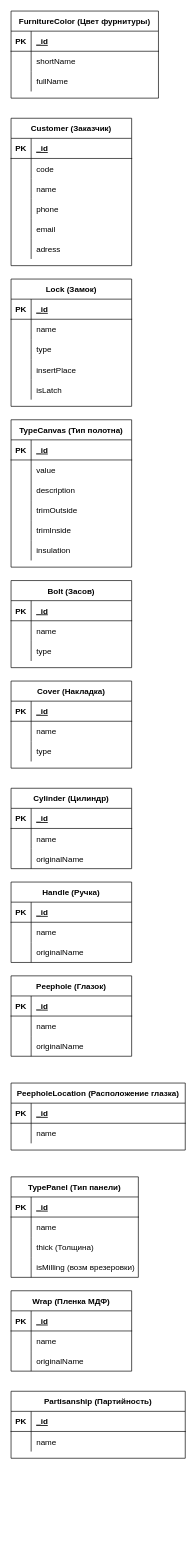
Above: schema.drawio in ProSysYo/bunker (draw.io), before the change. Source tidied: cells renumbered, new cells numbered last; positions are measured from the earlier drawing's top-left corner, leaving out a move shared by most shapes. Both pictures are drawn from the tidied source at 67%, with x=0, y=0 at pixel (11, 11).
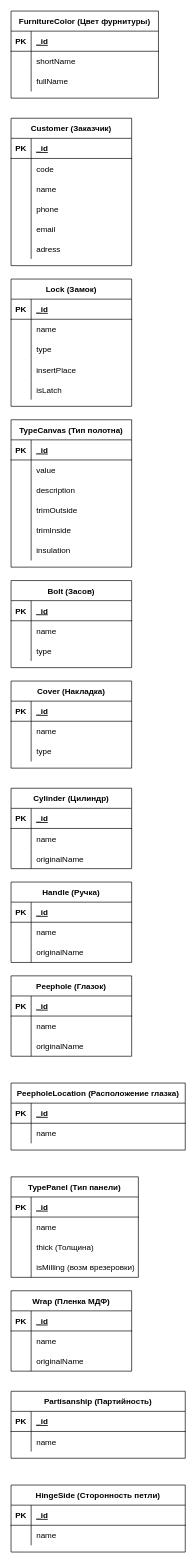
The same diagram, later.

What changed in the source:
```diff
@@
+    <mxCell id="153" value="HingeSide (Сторонность петли)" style="shape=table;startSize=30;childLayout=tableLayout;rowLines=0;fontStyle=1;align=center;" parent="1" vertex="1">
+      <mxGeometry y="2200" width="260" height="100" as="geometry" />
+    </mxCell>
+    <mxCell id="154" style="shape=partialRectangle;fillColor=none;top=0;left=0;bottom=1;right=0;" parent="153" vertex="1">
+      <mxGeometry y="30" width="260" height="30" as="geometry" />
+    </mxCell>
+    <mxCell id="155" value="PK" style="shape=partialRectangle;fillColor=none;top=0;left=0;bottom=0;right=0;fontStyle=1;overflow=hidden;" parent="154" vertex="1">
+      <mxGeometry width="30" height="30" as="geometry" />
+    </mxCell>
+    <mxCell id="156" value="_id" style="shape=partialRectangle;fillColor=none;top=0;left=0;bottom=0;right=0;align=left;spacingLeft=6;fontStyle=5;overflow=hidden;" parent="154" vertex="1">
+      <mxGeometry x="30" width="230" height="30" as="geometry" />
+    </mxCell>
+    <mxCell id="157" style="shape=partialRectangle;fillColor=none;top=0;left=0;bottom=0;right=0;" parent="153" vertex="1">
+      <mxGeometry y="60" width="260" height="30" as="geometry" />
+    </mxCell>
+    <mxCell id="158" style="shape=partialRectangle;fillColor=none;top=0;left=0;bottom=0;right=0;overflow=hidden;" parent="157" vertex="1">
+      <mxGeometry width="30" height="30" as="geometry" />
+    </mxCell>
+    <mxCell id="159" value="name" style="shape=partialRectangle;fillColor=none;top=0;left=0;bottom=0;right=0;align=left;spacingLeft=6;overflow=hidden;" parent="157" vertex="1">
+      <mxGeometry x="30" width="230" height="30" as="geometry" />
+    </mxCell>
```
